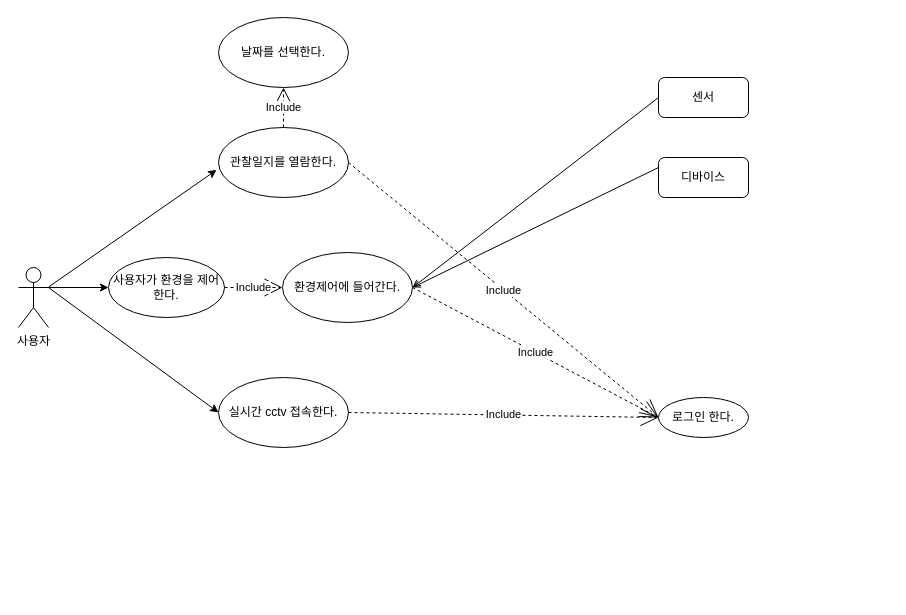
Before: 4주차/유스케이스.drawio in sonmyungwon/Software-Development, a draw.io diagram. Source tidied: cells renumbered, new cells numbered last; positions are measured from the earlier drawing's top-left corner, leaving out a move shared by most shapes. Both pictures are drawn from the tidied source at 100%, with x=0, y=0 at pixel (18, 17).
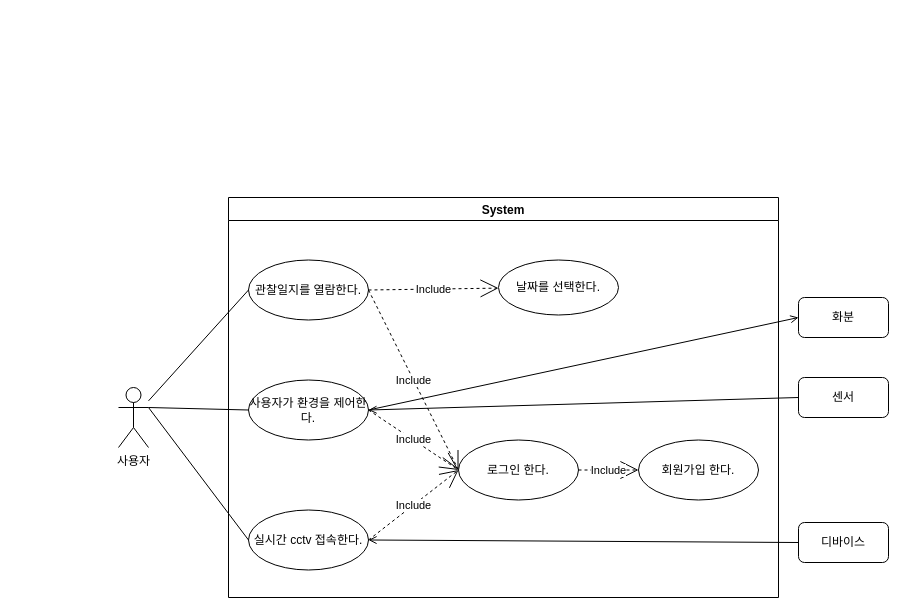
Above is the later version.

Commit message:
유스케이스.drawio 업데이트

What changed in the source:
```diff
@@
     <mxCell id="2" value="사용자" style="shape=umlActor;verticalLabelPosition=bottom;verticalAlign=top;html=1;outlineConnect=0;" parent="1" vertex="1">
-      <mxGeometry y="250" width="30" height="60" as="geometry" />
+      <mxGeometry x="100" y="370" width="30" height="60" as="geometry" />
     </mxCell>
     <mxCell id="3" value="센서" style="rounded=1;whiteSpace=wrap;html=1;" parent="1" vertex="1">
-      <mxGeometry x="640" y="60" width="90" height="40" as="geometry" />
+      <mxGeometry x="780" y="360" width="90" height="40" as="geometry" />
     </mxCell>
     <mxCell id="4" value="디바이스" style="rounded=1;whiteSpace=wrap;html=1;" parent="1" vertex="1">
-      <mxGeometry x="640" y="140" width="90" height="40" as="geometry" />
+      <mxGeometry x="780" y="505" width="90" height="40" as="geometry" />
     </mxCell>
-    <mxCell id="5" value="관찰일지를 열람한다." style="ellipse;whiteSpace=wrap;html=1;" parent="1" vertex="1">
-      <mxGeometry x="200" y="110" width="130" height="70" as="geometry" />
-    </mxCell>
-    <mxCell id="6" value="로그인 한다." style="ellipse;whiteSpace=wrap;html=1;" parent="1" vertex="1">
-      <mxGeometry x="640" y="380" width="90" height="40" as="geometry" />
-    </mxCell>
-    <mxCell id="7" value="환경제어에 들어간다." style="ellipse;whiteSpace=wrap;html=1;" parent="1" vertex="1">
-      <mxGeometry x="264" y="235" width="130" height="70" as="geometry" />
-    </mxCell>
-    <mxCell id="8" value="실시간 cctv 접속한다." style="ellipse;whiteSpace=wrap;html=1;" parent="1" vertex="1">
-      <mxGeometry x="200" y="360" width="130" height="70" as="geometry" />
-    </mxCell>
-    <mxCell id="9" value="Include" style="endArrow=open;endSize=16;endFill=0;html=1;rounded=0;exitX=1;exitY=0.5;exitDx=0;exitDy=0;dashed=1;entryX=0;entryY=0.5;entryDx=0;entryDy=0;" parent="1" edge="1" source="7" target="6">
-      <mxGeometry relative="1" as="geometry" />
-    </mxCell>
-    <mxCell id="10" value="Include" style="endArrow=open;endSize=16;endFill=0;html=1;rounded=0;dashed=1;exitX=1;exitY=0.5;exitDx=0;exitDy=0;entryX=0;entryY=0.5;entryDx=0;entryDy=0;" parent="1" edge="1" source="8" target="6">
-      <mxGeometry relative="1" as="geometry" />
-    </mxCell>
-    <mxCell id="11" value="Include" style="endArrow=open;endSize=16;endFill=0;html=1;rounded=0;exitX=1;exitY=0.5;exitDx=0;exitDy=0;dashed=1;entryX=0;entryY=0.5;entryDx=0;entryDy=0;" parent="1" edge="1" source="5" target="6">
-      <mxGeometry relative="1" as="geometry" />
-    </mxCell>
-    <mxCell id="12" value="날짜를 선택한다." style="ellipse;whiteSpace=wrap;html=1;" parent="1" vertex="1">
-      <mxGeometry x="200" width="130" height="70" as="geometry" />
-    </mxCell>
-    <mxCell id="13" value="Include" style="endArrow=open;endSize=16;endFill=0;html=1;rounded=0;exitX=0.5;exitY=0;exitDx=0;exitDy=0;dashed=1;entryX=0.5;entryY=1;entryDx=0;entryDy=0;" parent="1" edge="1" source="5" target="12">
-      <mxGeometry relative="1" as="geometry" />
-    </mxCell>
-    <mxCell id="14" style="endArrow=classic;html=1;rounded=0;entryX=-0.015;entryY=0.606;entryDx=0;entryDy=0;entryPerimeter=0;" parent="1" edge="1" source="2" target="5">
+    <mxCell id="14" style="endArrow=none;html=1;rounded=0;entryX=0;entryY=0.5;entryDx=0;entryDy=0;endFill=0;startArrow=none;startFill=0;" parent="1" edge="1" source="2" target="5">
       <mxGeometry relative="1" as="geometry" />
     </mxCell>
-    <mxCell id="15" style="endArrow=classic;html=1;rounded=0;entryX=0;entryY=0.5;entryDx=0;entryDy=0;exitX=1;exitY=0.3333333333333333;exitDx=0;exitDy=0;exitPerimeter=0;" parent="1" edge="1" source="2" target="17">
+    <mxCell id="15" style="endArrow=none;html=1;rounded=0;entryX=0;entryY=0.5;entryDx=0;entryDy=0;exitX=1;exitY=0.3333333333333333;exitDx=0;exitDy=0;exitPerimeter=0;startArrow=none;startFill=0;endFill=0;" parent="1" edge="1" source="2" target="17">
       <mxGeometry relative="1" as="geometry" />
     </mxCell>
-    <mxCell id="16" style="endArrow=classic;html=1;rounded=0;entryX=0;entryY=0.5;entryDx=0;entryDy=0;exitX=1;exitY=0.3333333333333333;exitDx=0;exitDy=0;exitPerimeter=0;" parent="1" edge="1" source="2" target="8">
+    <mxCell id="16" style="endArrow=none;html=1;rounded=0;entryX=0;entryY=0.5;entryDx=0;entryDy=0;exitX=1;exitY=0.3333333333333333;exitDx=0;exitDy=0;exitPerimeter=0;startArrow=none;startFill=0;endFill=0;" parent="1" edge="1" source="2" target="8">
       <mxGeometry relative="1" as="geometry" />
     </mxCell>
+    <mxCell id="19" style="endArrow=open;html=1;rounded=0;exitX=0;exitY=0.5;exitDx=0;exitDy=0;entryX=1;entryY=0.5;entryDx=0;entryDy=0;endFill=0;" parent="1" edge="1" source="3" target="17">
+      <mxGeometry relative="1" as="geometry" />
+    </mxCell>
+    <mxCell id="21" style="endArrow=open;html=1;rounded=0;exitX=0;exitY=0.5;exitDx=0;exitDy=0;entryX=1;entryY=0.5;entryDx=0;entryDy=0;endFill=0;" parent="1" edge="1" source="4" target="8">
+      <mxGeometry relative="1" as="geometry" />
+    </mxCell>
+    <mxCell id="22" style="endArrow=open;html=1;rounded=0;exitX=1;exitY=0.5;exitDx=0;exitDy=0;entryX=0;entryY=0.5;entryDx=0;entryDy=0;endFill=0;" parent="1" edge="1" source="17" target="25">
+      <mxGeometry relative="1" as="geometry" />
+    </mxCell>
+    <mxCell id="23" value="System" style="swimlane;" parent="1" vertex="1">
+      <mxGeometry x="210" y="180" width="550" height="400" as="geometry" />
+    </mxCell>
+    <mxCell id="6" value="로그인 한다." style="ellipse;whiteSpace=wrap;html=1;" parent="23" vertex="1">
+      <mxGeometry x="230" y="242.5" width="120" height="60" as="geometry" />
+    </mxCell>
+    <mxCell id="12" value="날짜를 선택한다." style="ellipse;whiteSpace=wrap;html=1;" parent="23" vertex="1">
+      <mxGeometry x="270" y="62.5" width="120" height="55" as="geometry" />
+    </mxCell>
+    <mxCell id="5" value="관찰일지를 열람한다." style="ellipse;whiteSpace=wrap;html=1;" parent="23" vertex="1">
+      <mxGeometry x="20" y="62.5" width="120" height="60" as="geometry" />
+    </mxCell>
+    <mxCell id="8" value="실시간 cctv 접속한다." style="ellipse;whiteSpace=wrap;html=1;" parent="23" vertex="1">
+      <mxGeometry x="20" y="312.5" width="120" height="60" as="geometry" />
+    </mxCell>
-    <mxCell id="17" value="사용자가 환경을 제어한다." style="ellipse;whiteSpace=wrap;html=1;" parent="1" vertex="1">
-      <mxGeometry x="90" y="240" width="116" height="60" as="geometry" />
+    <mxCell id="17" value="사용자가 환경을 제어한다." style="ellipse;whiteSpace=wrap;html=1;" parent="23" vertex="1">
+      <mxGeometry x="20" y="182.5" width="120" height="60" as="geometry" />
     </mxCell>
+    <mxCell id="11" value="Include" style="endArrow=open;endSize=16;endFill=0;html=1;rounded=0;exitX=1;exitY=0.5;exitDx=0;exitDy=0;dashed=1;entryX=0;entryY=0.5;entryDx=0;entryDy=0;" parent="23" edge="1" source="5" target="6">
+      <mxGeometry relative="1" as="geometry" />
+    </mxCell>
+    <mxCell id="13" value="Include" style="endArrow=open;endSize=16;endFill=0;html=1;rounded=0;exitX=1;exitY=0.5;exitDx=0;exitDy=0;dashed=1;" parent="23" edge="1" source="5" target="12">
+      <mxGeometry relative="1" as="geometry" />
+    </mxCell>
+    <mxCell id="10" value="Include" style="endArrow=open;endSize=16;endFill=0;html=1;rounded=0;dashed=1;exitX=1;exitY=0.5;exitDx=0;exitDy=0;entryX=0;entryY=0.5;entryDx=0;entryDy=0;" parent="23" edge="1" source="8" target="6">
+      <mxGeometry relative="1" as="geometry" />
+    </mxCell>
+    <mxCell id="9" value="Include" style="endArrow=open;endSize=16;endFill=0;html=1;rounded=0;dashed=1;entryX=0;entryY=0.5;entryDx=0;entryDy=0;exitX=1;exitY=0.5;exitDx=0;exitDy=0;" parent="23" edge="1" source="17" target="6">
+      <mxGeometry relative="1" as="geometry" />
+    </mxCell>
+    <mxCell id="24" value="회원가입 한다." style="ellipse;whiteSpace=wrap;html=1;" parent="23" vertex="1">
+      <mxGeometry x="410" y="242.5" width="120" height="60" as="geometry" />
+    </mxCell>
-    <mxCell id="18" value="Include" style="endArrow=open;endSize=16;endFill=0;html=1;rounded=0;exitX=1;exitY=0.5;exitDx=0;exitDy=0;dashed=1;entryX=0;entryY=0.5;entryDx=0;entryDy=0;" parent="1" edge="1" source="17" target="7">
+    <mxCell id="18" value="Include" style="endArrow=open;endSize=16;endFill=0;html=1;rounded=0;dashed=1;exitX=1;exitY=0.5;exitDx=0;exitDy=0;entryX=0;entryY=0.5;entryDx=0;entryDy=0;" parent="23" edge="1" source="6" target="24">
       <mxGeometry relative="1" as="geometry" />
     </mxCell>
-    <mxCell id="19" style="endArrow=open;html=1;rounded=0;exitX=0;exitY=0.5;exitDx=0;exitDy=0;entryX=1;entryY=0.5;entryDx=0;entryDy=0;endFill=0;" parent="1" edge="1" source="3" target="7">
-      <mxGeometry relative="1" as="geometry" />
-    </mxCell>
-    <mxCell id="20" style="endArrow=open;html=1;rounded=0;exitX=0;exitY=0.25;exitDx=0;exitDy=0;entryX=1;entryY=0.5;entryDx=0;entryDy=0;endFill=0;" parent="1" edge="1" source="4" target="7">
-      <mxGeometry relative="1" as="geometry" />
-    </mxCell>
+    <mxCell id="25" value="화분" style="rounded=1;whiteSpace=wrap;html=1;" parent="1" vertex="1">
+      <mxGeometry x="780" y="280" width="90" height="40" as="geometry" />
+    </mxCell>
```
